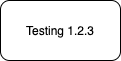
This is Test Embedding.drawio.png from philip-gai/github-drawio-demo, a draw.io export, as it was before one commit. Source tidied: cells renumbered, new cells last; positions are measured from the earlier drawing's top-left corner, leaving out a move shared by most shapes.
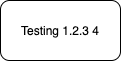
The same file after the commit.

What changed in the source:
```diff
@@ -2,7 +2,7 @@
   <root>
     <mxCell id="0" />
     <mxCell id="1" parent="0" />
-    <mxCell id="2" value="Testing 1.2.3" style="rounded=1;whiteSpace=wrap;html=1;" parent="1" vertex="1">
+    <mxCell id="2" value="Testing 1.2.3 4" style="rounded=1;whiteSpace=wrap;html=1;" parent="1" vertex="1">
       <mxGeometry width="120" height="60" as="geometry" />
     </mxCell>
   </root>
```
